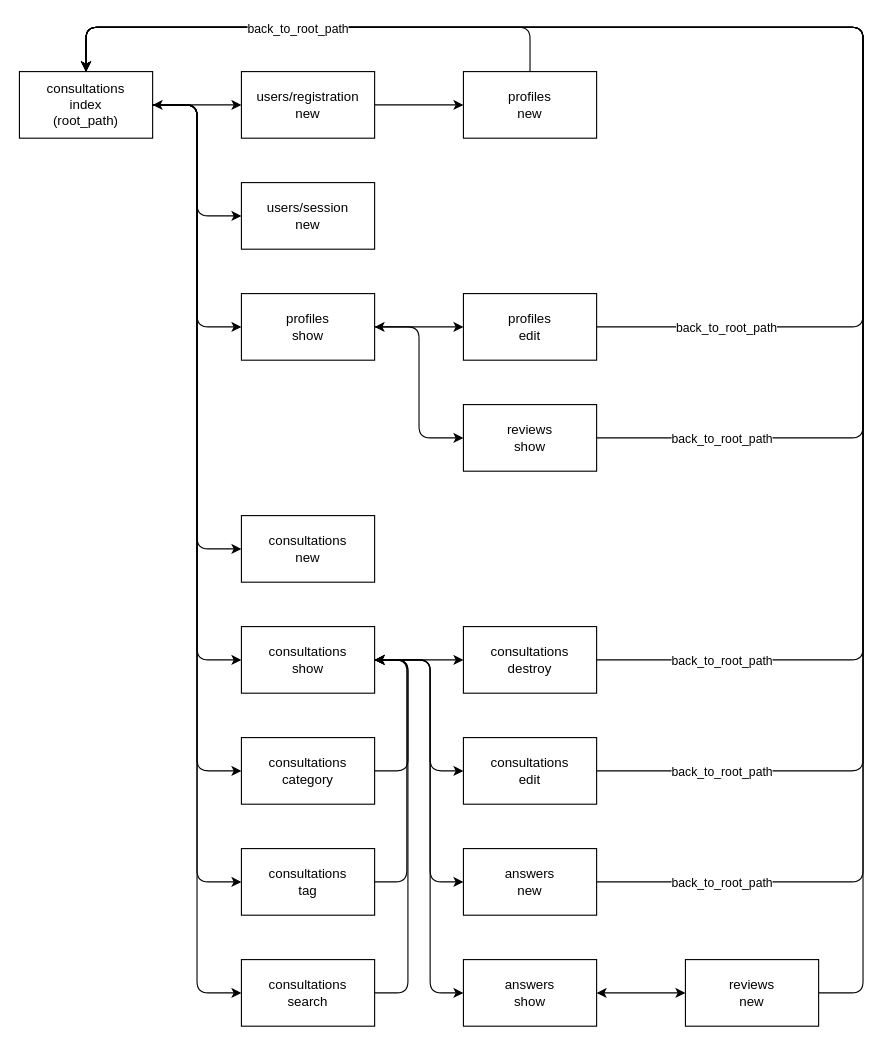
Before: screen_transition.dio in tatsumiwa-pg/brtc, a draw.io diagram. Source tidied: cells renumbered, new cells numbered last; positions are measured from the earlier drawing's top-left corner, leaving out a move shared by most shapes. Both pictures are drawn from the tidied source at 111%, with x=0, y=0 at pixel (19, 27).
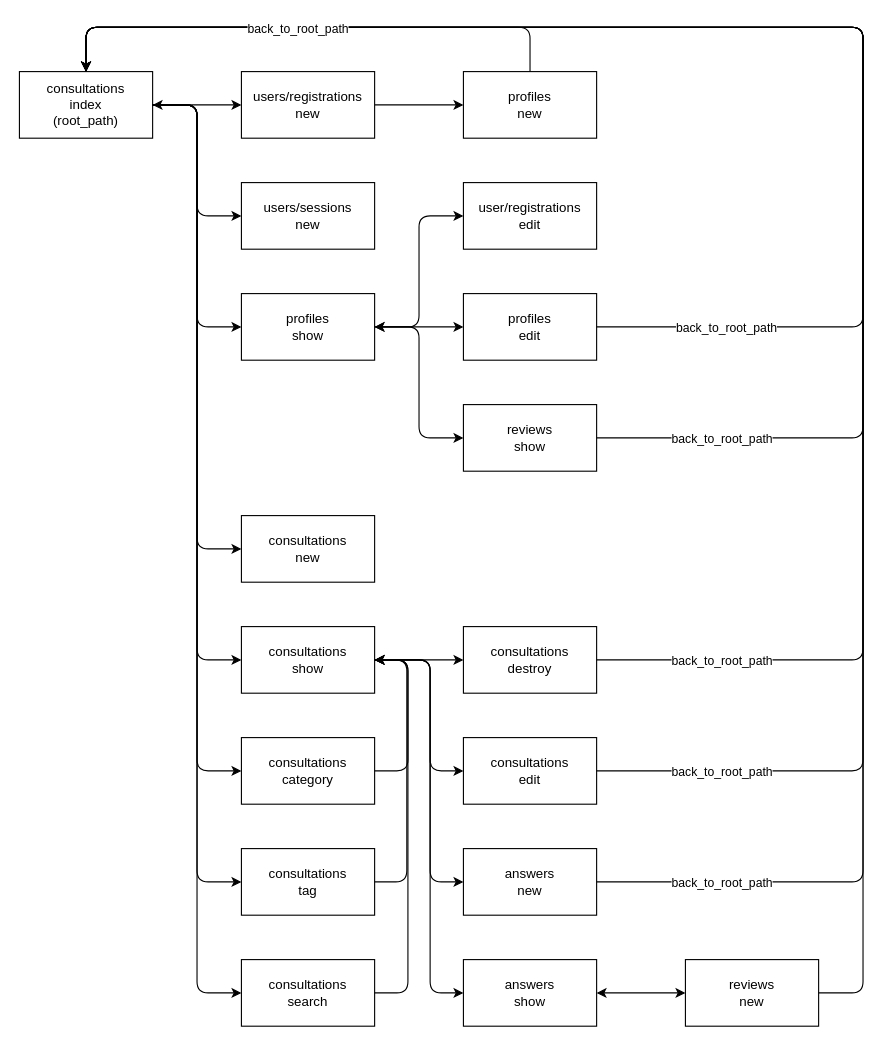
The same page after the edit.

Commit message (it also covers changes not shown here):
ER図、画面遷移図、README更新

Unchanged cells that the change refers to:
```xml
<mxCell id="8" value="profiles&lt;br&gt;show" style="rounded=0;whiteSpace=wrap;html=1;" parent="1" vertex="1">
  <mxGeometry x="200" y="240" width="120" height="60" as="geometry" />
</mxCell>
```

Change to the diagram source:
```diff
@@
-    <mxCell id="3" value="users/registration&lt;br&gt;new" style="rounded=0;whiteSpace=wrap;html=1;" parent="1" vertex="1">
+    <mxCell id="3" value="users/registrations&lt;br&gt;new" style="rounded=0;whiteSpace=wrap;html=1;" parent="1" vertex="1">
       <mxGeometry x="200" y="40" width="120" height="60" as="geometry" />
     </mxCell>
@@
-    <mxCell id="5" value="users/session&lt;br&gt;new" style="rounded=0;whiteSpace=wrap;html=1;" parent="1" vertex="1">
+    <mxCell id="5" value="users/sessions&lt;br&gt;new" style="rounded=0;whiteSpace=wrap;html=1;" parent="1" vertex="1">
       <mxGeometry x="200" y="140" width="120" height="60" as="geometry" />
     </mxCell>
@@
+    <mxCell id="51" value="user/registrations&lt;br&gt;edit" style="rounded=0;whiteSpace=wrap;html=1;" parent="1" vertex="1">
+      <mxGeometry x="400" y="140" width="120" height="60" as="geometry" />
+    </mxCell>
+    <mxCell id="52" style="edgeStyle=elbowEdgeStyle;elbow=horizontal;endArrow=classic;html=1;entryX=1;entryY=0.5;entryDx=0;entryDy=0;startArrow=classic;startFill=1;exitX=0;exitY=0.5;exitDx=0;exitDy=0;" parent="1" edge="1" source="51" target="8">
+      <mxGeometry relative="1" as="geometry" />
+    </mxCell>
```
